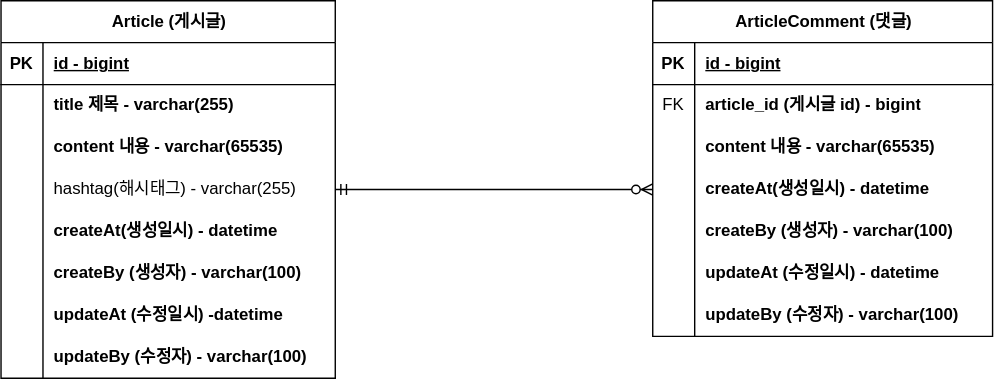
hojin7769/project-board keeps this draw.io diagram as document/project-board-erd.svg. Above is the earlier version. Source tidied: cells renumbered, new cells last; positions are measured from the earlier drawing's top-left corner, leaving out a move shared by most shapes.
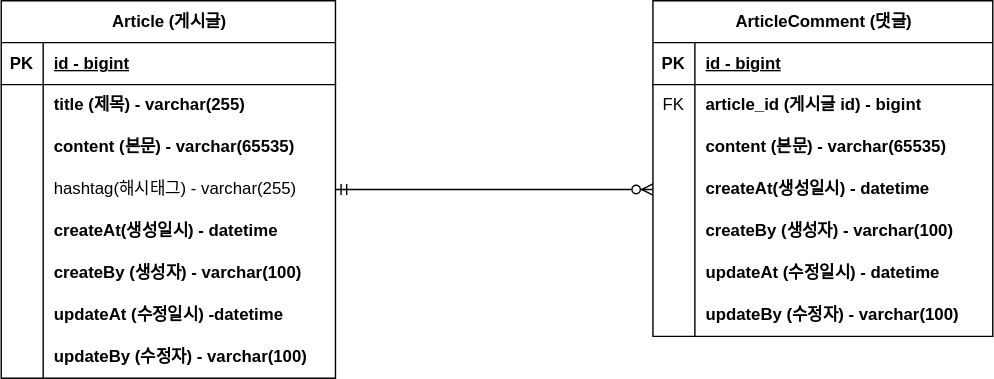
Later version of the same file.

Commit message:
#8 - ERD 주석 업데이트 project-board-erd.svg

Change to the diagram source:
```diff
@@ -20,7 +20,7 @@
     <mxCell id="7" style="shape=partialRectangle;fillColor=none;top=0;left=0;bottom=0;right=0;overflow=hidden;whiteSpace=wrap;html=1;" parent="6" vertex="1">
       <mxGeometry width="30" height="30" as="geometry" />
     </mxCell>
-    <mxCell id="8" value="title 제목 - varchar(255)" style="shape=partialRectangle;fillColor=none;top=0;left=0;bottom=0;right=0;align=left;spacingLeft=6;overflow=hidden;whiteSpace=wrap;html=1;fontStyle=1;" parent="6" vertex="1">
+    <mxCell id="8" value="title (제목) - varchar(255)" style="shape=partialRectangle;fillColor=none;top=0;left=0;bottom=0;right=0;align=left;spacingLeft=6;overflow=hidden;whiteSpace=wrap;html=1;fontStyle=1;" parent="6" vertex="1">
       <mxGeometry x="30" width="209" height="30" as="geometry" />
     </mxCell>
     <mxCell id="9" style="shape=tableRow;horizontal=0;startSize=0;swimlaneHead=0;swimlaneBody=0;fillColor=none;top=0;left=0;right=0;bottom=0;" parent="2" vertex="1">
@@ -29,7 +29,7 @@
     <mxCell id="10" style="shape=partialRectangle;fillColor=none;top=0;left=0;bottom=0;right=0;overflow=hidden;whiteSpace=wrap;html=1;" parent="9" vertex="1">
       <mxGeometry width="30" height="30" as="geometry" />
     </mxCell>
-    <mxCell id="11" value="content 내용 - varchar(65535)" style="shape=partialRectangle;fillColor=none;top=0;left=0;bottom=0;right=0;align=left;spacingLeft=6;overflow=hidden;whiteSpace=wrap;html=1;fontStyle=1;" parent="9" vertex="1">
+    <mxCell id="11" value="content (본문) - varchar(65535)" style="shape=partialRectangle;fillColor=none;top=0;left=0;bottom=0;right=0;align=left;spacingLeft=6;overflow=hidden;whiteSpace=wrap;html=1;fontStyle=1;" parent="9" vertex="1">
       <mxGeometry x="30" width="209" height="30" as="geometry" />
     </mxCell>
     <mxCell id="12" style="shape=tableRow;horizontal=0;startSize=0;swimlaneHead=0;swimlaneBody=0;fillColor=none;points=[[0,0.5],[1,0.5]];portConstraint=eastwest;top=0;left=0;right=0;bottom=0;" parent="2" vertex="1">
@@ -104,7 +104,7 @@
     <mxCell id="35" style="shape=partialRectangle;fillColor=none;top=0;left=0;bottom=0;right=0;overflow=hidden;whiteSpace=wrap;html=1;" parent="34" vertex="1">
       <mxGeometry width="30" height="30" as="geometry" />
     </mxCell>
-    <mxCell id="36" value="content 내용 - varchar(65535)" style="shape=partialRectangle;fillColor=none;top=0;left=0;bottom=0;right=0;align=left;spacingLeft=6;overflow=hidden;whiteSpace=wrap;html=1;fontStyle=1;" parent="34" vertex="1">
+    <mxCell id="36" value="content (본문) - varchar(65535)" style="shape=partialRectangle;fillColor=none;top=0;left=0;bottom=0;right=0;align=left;spacingLeft=6;overflow=hidden;whiteSpace=wrap;html=1;fontStyle=1;" parent="34" vertex="1">
       <mxGeometry x="30" width="213" height="30" as="geometry" />
     </mxCell>
     <mxCell id="37" style="shape=tableRow;horizontal=0;startSize=0;swimlaneHead=0;swimlaneBody=0;fillColor=none;points=[[0,0.5],[1,0.5]];portConstraint=eastwest;top=0;left=0;right=0;bottom=0;" parent="27" vertex="1">
```
